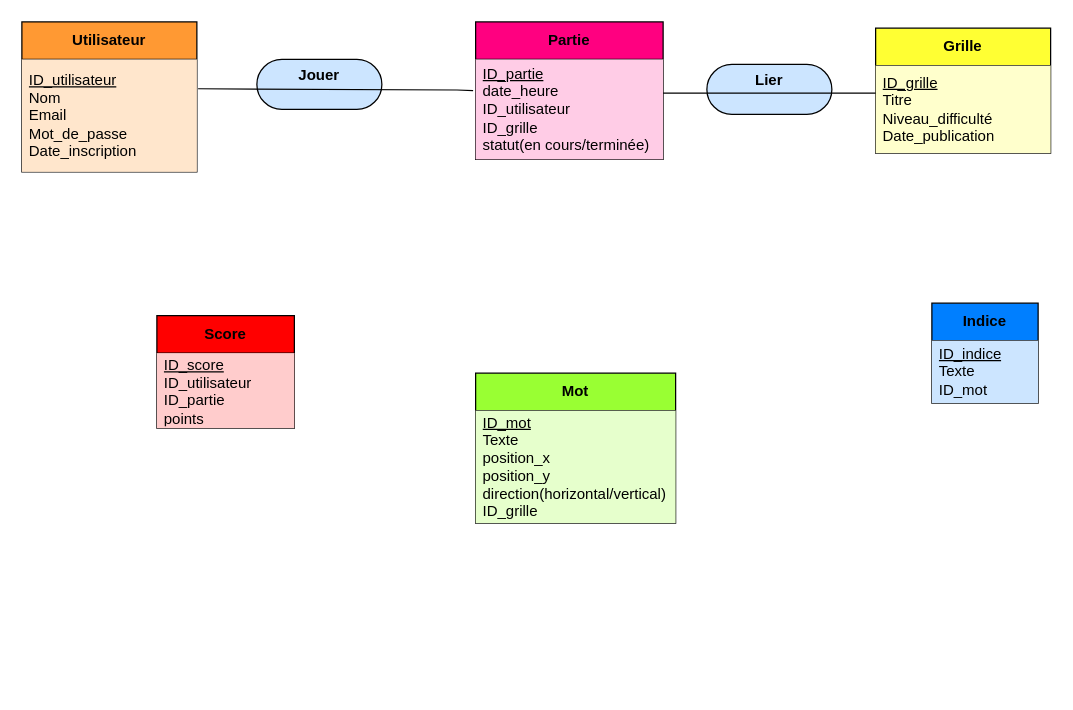
Above: Modele_conceptuel_données.drawio in Kimii01/Mot-crois-e-apk (draw.io), before the change. Source tidied: cells renumbered, new cells numbered last; positions are measured from the earlier drawing's top-left corner, leaving out a move shared by most shapes. Both pictures are drawn from the tidied source at 125%, with x=0, y=0 at pixel (21, 21).
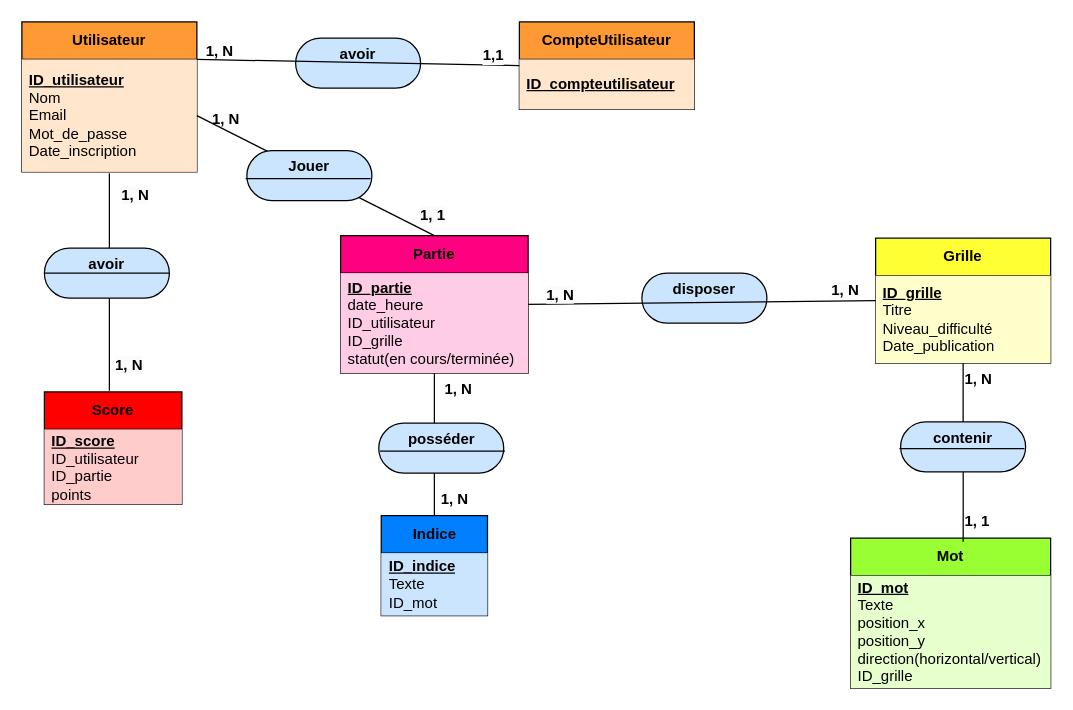
The same page after the edit.

Commit message:
Mettre à jour Modele_conceptuel_données.drawio

The change refers to these unchanged cells:
```xml
<mxCell id="2" value="&lt;b&gt;Utilisateur&lt;/b&gt;" style="swimlane;fontStyle=0;horizontal=1;startSize=30;whiteSpace=wrap;html=1;fillColor=#FF9933;" parent="1" vertex="1">
  <mxGeometry width="140" height="120" as="geometry" />
</mxCell>
```

What changed in the source:
```diff
@@
+    <mxCell id="16" value="&lt;div&gt;&lt;b&gt;disposer&lt;/b&gt;&lt;/div&gt;&lt;div&gt;&lt;b&gt;&lt;br&gt;&lt;/b&gt;&lt;/div&gt;" style="rounded=1;whiteSpace=wrap;html=1;arcSize=50;fillColor=#CCE5FF;" parent="1" vertex="1">
+      <mxGeometry x="496" y="201" width="100" height="40" as="geometry" />
+    </mxCell>
@@
-    <mxCell id="3" value="&lt;u&gt;ID_utilisateur&lt;/u&gt;&lt;div&gt;Nom&lt;div&gt;Email&lt;/div&gt;&lt;div&gt;Mot_de_passe&lt;/div&gt;&lt;div&gt;Date_inscription&lt;/div&gt;&lt;/div&gt;" style="text;strokeColor=none;fillColor=#FFE6CC;align=left;verticalAlign=middle;spacingLeft=4;spacingRight=4;overflow=hidden;points=[[0,0.5],[1,0.5]];portConstraint=eastwest;whiteSpace=wrap;html=1;" parent="2" vertex="1">
+    <mxCell id="3" value="&lt;u&gt;&lt;b&gt;ID_utilisateur&lt;/b&gt;&lt;/u&gt;&lt;div&gt;Nom&lt;div&gt;Email&lt;/div&gt;&lt;div&gt;Mot_de_passe&lt;/div&gt;&lt;div&gt;Date_inscription&lt;/div&gt;&lt;/div&gt;" style="text;strokeColor=none;fillColor=#FFE6CC;align=left;verticalAlign=middle;spacingLeft=4;spacingRight=4;overflow=hidden;points=[[0,0.5],[1,0.5]];portConstraint=eastwest;whiteSpace=wrap;html=1;" parent="2" vertex="1">
       <mxGeometry y="30" width="140" height="90" as="geometry" />
     </mxCell>
     <mxCell id="4" value="&lt;b&gt;Grille&lt;/b&gt;" style="swimlane;fontStyle=0;horizontal=1;startSize=30;whiteSpace=wrap;html=1;fillColor=#FFFF33;" parent="1" vertex="1">
-      <mxGeometry x="683" y="5" width="140" height="100" as="geometry" />
+      <mxGeometry x="683" y="173" width="140" height="100" as="geometry" />
     </mxCell>
-    <mxCell id="5" value="&lt;u&gt;ID_grille&lt;/u&gt;&lt;div&gt;Titre&lt;br&gt;&lt;div&gt;Niveau_difficulté&lt;/div&gt;&lt;div&gt;Date_publication&lt;/div&gt;&lt;/div&gt;" style="text;strokeColor=none;fillColor=#FFFFCC;align=left;verticalAlign=middle;spacingLeft=4;spacingRight=4;overflow=hidden;whiteSpace=wrap;html=1;" parent="4" vertex="1">
+    <mxCell id="5" value="&lt;u&gt;&lt;b&gt;ID_grille&lt;/b&gt;&lt;/u&gt;&lt;div&gt;Titre&lt;br&gt;&lt;div&gt;Niveau_difficulté&lt;/div&gt;&lt;div&gt;Date_publication&lt;/div&gt;&lt;/div&gt;" style="text;strokeColor=none;fillColor=#FFFFCC;align=left;verticalAlign=middle;spacingLeft=4;spacingRight=4;overflow=hidden;whiteSpace=wrap;html=1;" parent="4" vertex="1">
       <mxGeometry y="30" width="140" height="70" as="geometry" />
     </mxCell>
     <mxCell id="6" value="&lt;b&gt;Mot&lt;/b&gt;" style="swimlane;fontStyle=0;horizontal=1;startSize=30;whiteSpace=wrap;html=1;fillColor=#99FF33;" parent="1" vertex="1">
-      <mxGeometry x="363" y="281" width="160" height="120" as="geometry" />
+      <mxGeometry x="663" y="413" width="160" height="120" as="geometry" />
     </mxCell>
-    <mxCell id="7" value="&lt;u&gt;ID_mot&lt;/u&gt;&lt;div&gt;Texte&lt;div&gt;position_x&lt;/div&gt;&lt;div&gt;position_y&lt;/div&gt;&lt;div&gt;direction(horizontal/vertical)&lt;/div&gt;&lt;div&gt;ID_grille&lt;/div&gt;&lt;/div&gt;" style="text;strokeColor=none;fillColor=#E6FFCC;align=left;verticalAlign=middle;spacingLeft=4;spacingRight=4;overflow=hidden;whiteSpace=wrap;html=1;" parent="6" vertex="1">
+    <mxCell id="7" value="&lt;u&gt;&lt;b&gt;ID_mot&lt;/b&gt;&lt;/u&gt;&lt;div&gt;Texte&lt;div&gt;position_x&lt;/div&gt;&lt;div&gt;position_y&lt;/div&gt;&lt;div&gt;direction(horizontal/vertical)&lt;/div&gt;&lt;div&gt;ID_grille&lt;/div&gt;&lt;/div&gt;" style="text;strokeColor=none;fillColor=#E6FFCC;align=left;verticalAlign=middle;spacingLeft=4;spacingRight=4;overflow=hidden;whiteSpace=wrap;html=1;" parent="6" vertex="1">
       <mxGeometry y="30" width="160" height="90" as="geometry" />
     </mxCell>
     <mxCell id="8" value="&lt;b&gt;Indice&lt;/b&gt;" style="swimlane;fontStyle=0;horizontal=1;startSize=30;whiteSpace=wrap;html=1;fillColor=#007FFF;" parent="1" vertex="1">
-      <mxGeometry x="728" y="225" width="85" height="80" as="geometry" />
+      <mxGeometry x="287.5" y="395" width="85" height="80" as="geometry" />
     </mxCell>
-    <mxCell id="9" value="&lt;u&gt;ID_indice&lt;/u&gt;&lt;div&gt;Texte&lt;div&gt;ID_mot&lt;/div&gt;&lt;/div&gt;" style="text;strokeColor=none;fillColor=#CCE5FF;align=left;verticalAlign=middle;spacingLeft=4;spacingRight=4;overflow=hidden;whiteSpace=wrap;html=1;" parent="8" vertex="1">
+    <mxCell id="9" value="&lt;u&gt;&lt;b&gt;ID_indice&lt;/b&gt;&lt;/u&gt;&lt;div&gt;Texte&lt;div&gt;ID_mot&lt;/div&gt;&lt;/div&gt;" style="text;strokeColor=none;fillColor=#CCE5FF;align=left;verticalAlign=middle;spacingLeft=4;spacingRight=4;overflow=hidden;whiteSpace=wrap;html=1;" parent="8" vertex="1">
       <mxGeometry y="30" width="85" height="50" as="geometry" />
     </mxCell>
     <mxCell id="10" value="&lt;b&gt;Partie&lt;/b&gt;" style="swimlane;fontStyle=0;horizontal=1;startSize=30;whiteSpace=wrap;html=1;fillColor=#FF0080;" parent="1" vertex="1">
-      <mxGeometry x="363" width="150" height="110" as="geometry" />
+      <mxGeometry x="255" y="171" width="150" height="110" as="geometry" />
     </mxCell>
-    <mxCell id="11" value="&lt;u&gt;ID_partie&lt;/u&gt;&lt;div&gt;date_heure&lt;div&gt;ID_utilisateur&lt;/div&gt;&lt;div&gt;ID_grille&lt;/div&gt;&lt;div&gt;statut(en cours/terminée)&lt;/div&gt;&lt;/div&gt;" style="text;strokeColor=none;fillColor=#FFCCE6;align=left;verticalAlign=middle;spacingLeft=4;spacingRight=4;overflow=hidden;whiteSpace=wrap;html=1;" parent="10" vertex="1">
+    <mxCell id="11" value="&lt;u&gt;&lt;b&gt;ID_partie&lt;/b&gt;&lt;/u&gt;&lt;div&gt;date_heure&lt;div&gt;ID_utilisateur&lt;/div&gt;&lt;div&gt;ID_grille&lt;/div&gt;&lt;div&gt;statut(en cours/terminée)&lt;/div&gt;&lt;/div&gt;" style="text;strokeColor=none;fillColor=#FFCCE6;align=left;verticalAlign=middle;spacingLeft=4;spacingRight=4;overflow=hidden;whiteSpace=wrap;html=1;" parent="10" vertex="1">
       <mxGeometry y="30" width="150" height="80" as="geometry" />
     </mxCell>
     <mxCell id="12" value="&lt;b&gt;Score&lt;/b&gt;" style="swimlane;fontStyle=0;horizontal=1;startSize=30;whiteSpace=wrap;html=1;fillColor=#FF0000;" parent="1" vertex="1">
-      <mxGeometry x="108" y="235" width="110" height="90" as="geometry" />
+      <mxGeometry x="18" y="296" width="110" height="90" as="geometry" />
     </mxCell>
-    <mxCell id="13" value="&lt;u&gt;ID_score&lt;/u&gt;&lt;div&gt;ID_utilisateur&lt;div&gt;ID_partie&lt;/div&gt;&lt;div&gt;points&lt;/div&gt;&lt;/div&gt;" style="text;strokeColor=none;fillColor=#FFCCCC;align=left;verticalAlign=middle;spacingLeft=4;spacingRight=4;overflow=hidden;whiteSpace=wrap;html=1;" parent="12" vertex="1">
+    <mxCell id="13" value="&lt;u&gt;&lt;b&gt;ID_score&lt;/b&gt;&lt;/u&gt;&lt;div&gt;ID_utilisateur&lt;div&gt;ID_partie&lt;/div&gt;&lt;div&gt;points&lt;/div&gt;&lt;/div&gt;" style="text;strokeColor=none;fillColor=#FFCCCC;align=left;verticalAlign=middle;spacingLeft=4;spacingRight=4;overflow=hidden;whiteSpace=wrap;html=1;" parent="12" vertex="1">
       <mxGeometry y="30" width="110" height="60" as="geometry" />
     </mxCell>
+    <mxCell id="17" style="endArrow=none;html=1;rounded=0;exitX=1;exitY=0.5;exitDx=0;exitDy=0;entryX=0;entryY=0.5;entryDx=0;entryDy=0;" parent="1" edge="1" source="10" target="4">
+      <mxGeometry relative="1" as="geometry" />
+    </mxCell>
+    <mxCell id="18" value="&lt;b&gt;CompteUtilisateur&lt;/b&gt;" style="swimlane;fontStyle=0;horizontal=1;startSize=30;whiteSpace=wrap;html=1;fillColor=#FF9933;" parent="1" vertex="1">
+      <mxGeometry x="398" width="140" height="70" as="geometry" />
+    </mxCell>
+    <mxCell id="19" value="&lt;u&gt;&lt;b&gt;ID_compteutilisateur&lt;/b&gt;&lt;/u&gt;" style="text;strokeColor=none;fillColor=#FFE6CC;align=left;verticalAlign=middle;spacingLeft=4;spacingRight=4;overflow=hidden;whiteSpace=wrap;html=1;" parent="18" vertex="1">
+      <mxGeometry y="30" width="140" height="40" as="geometry" />
+    </mxCell>
+    <mxCell id="20" style="endArrow=none;html=1;rounded=0;entryX=0.5;entryY=1;entryDx=0;entryDy=0;" parent="1" edge="1">
+      <mxGeometry relative="1" as="geometry">
+        <mxPoint x="70" y="295" as="sourcePoint" />
+        <mxPoint x="70" y="121" as="targetPoint" />
+      </mxGeometry>
+    </mxCell>
+    <mxCell id="21" style="endArrow=none;html=1;rounded=0;entryX=0.5;entryY=1;entryDx=0;entryDy=0;exitX=0.563;exitY=0.025;exitDx=0;exitDy=0;exitPerimeter=0;" parent="1" edge="1" source="6" target="4">
+      <mxGeometry relative="1" as="geometry" />
+    </mxCell>
+    <mxCell id="22" value="&lt;b&gt;contenir&lt;/b&gt;&lt;div&gt;&lt;b&gt;&lt;br&gt;&lt;/b&gt;&lt;/div&gt;" style="rounded=1;whiteSpace=wrap;html=1;arcSize=50;fillColor=#CCE5FF;" parent="1" vertex="1">
+      <mxGeometry x="703" y="320" width="100" height="40" as="geometry" />
+    </mxCell>
+    <mxCell id="23" value="&lt;div&gt;&lt;b&gt;avoir&lt;/b&gt;&lt;/div&gt;&lt;div&gt;&lt;b&gt;&lt;br&gt;&lt;/b&gt;&lt;/div&gt;" style="rounded=1;whiteSpace=wrap;html=1;arcSize=50;fillColor=#CCE5FF;" parent="1" vertex="1">
+      <mxGeometry x="18" y="181" width="100" height="40" as="geometry" />
+    </mxCell>
+    <mxCell id="24" style="endArrow=none;html=1;rounded=0;entryX=0.5;entryY=1;entryDx=0;entryDy=0;exitX=0.5;exitY=0;exitDx=0;exitDy=0;" parent="1" edge="1" source="8" target="10">
+      <mxGeometry relative="1" as="geometry" />
+    </mxCell>
+    <mxCell id="25" style="endArrow=none;html=1;rounded=0;entryX=1;entryY=0.5;entryDx=0;entryDy=0;exitX=0.5;exitY=0;exitDx=0;exitDy=0;" parent="1" edge="1" source="10" target="3">
+      <mxGeometry relative="1" as="geometry" />
+    </mxCell>
-    <mxCell id="14" value="&lt;div&gt;&lt;b&gt;&lt;font style=&quot;font-size: 12px;&quot;&gt;&lt;br&gt;&lt;/font&gt;&lt;/b&gt;&lt;/div&gt;&lt;b&gt;&lt;font style=&quot;font-size: 12px;&quot;&gt;Jouer&lt;/font&gt;&lt;/b&gt;&lt;div&gt;&lt;b&gt;&lt;font style=&quot;font-size: 12px;&quot;&gt;&lt;br&gt;&lt;/font&gt;&lt;/b&gt;&lt;/div&gt;&lt;div&gt;&lt;b&gt;&lt;font style=&quot;font-size: 12px;&quot;&gt;&lt;br&gt;&lt;/font&gt;&lt;/b&gt;&lt;/div&gt;" style="rounded=1;whiteSpace=wrap;html=1;arcSize=50;fillColor=#CCE5FF;" parent="1" vertex="1">
-      <mxGeometry x="188" y="30" width="100" height="40" as="geometry" />
+    <mxCell id="14" value="&lt;div&gt;&lt;b&gt;&lt;font style=&quot;font-size: 12px;&quot;&gt;&lt;br&gt;&lt;/font&gt;&lt;/b&gt;&lt;/div&gt;&lt;b&gt;&lt;font style=&quot;font-size: 12px;&quot;&gt;&lt;div&gt;&lt;b&gt;&lt;font style=&quot;font-size: 12px;&quot;&gt;&lt;br&gt;&lt;/font&gt;&lt;/b&gt;&lt;/div&gt;Jouer&lt;/font&gt;&lt;/b&gt;&lt;div&gt;&lt;b&gt;&lt;br&gt;&lt;/b&gt;&lt;div&gt;&lt;b&gt;&lt;font style=&quot;font-size: 12px;&quot;&gt;&lt;br&gt;&lt;/font&gt;&lt;/b&gt;&lt;/div&gt;&lt;div&gt;&lt;b&gt;&lt;font style=&quot;font-size: 12px;&quot;&gt;&lt;br&gt;&lt;/font&gt;&lt;/b&gt;&lt;/div&gt;&lt;/div&gt;" style="rounded=1;whiteSpace=wrap;html=1;arcSize=50;fillColor=#CCE5FF;" parent="1" vertex="1">
+      <mxGeometry x="180" y="103" width="100" height="40" as="geometry" />
     </mxCell>
-    <mxCell id="15" style="endArrow=none;html=1;rounded=0;exitX=1.021;exitY=0.433;exitDx=0;exitDy=0;exitPerimeter=0;" parent="1" edge="1">
-      <mxGeometry relative="1" as="geometry">
-        <mxPoint x="141" y="53.5" as="sourcePoint" />
-        <mxPoint x="361" y="55" as="targetPoint" />
-        <Array as="points">
-          <mxPoint x="348.1" y="54.5" />
-        </Array>
-      </mxGeometry>
-    </mxCell>
-    <mxCell id="16" value="&lt;b&gt;Lier&lt;/b&gt;&lt;div&gt;&lt;b&gt;&lt;br&gt;&lt;/b&gt;&lt;/div&gt;" style="rounded=1;whiteSpace=wrap;html=1;arcSize=50;fillColor=#CCE5FF;" parent="1" vertex="1">
-      <mxGeometry x="548" y="34" width="100" height="40" as="geometry" />
-    </mxCell>
-    <mxCell id="17" style="endArrow=none;html=1;rounded=0;exitX=1;exitY=0.5;exitDx=0;exitDy=0;entryX=0;entryY=0.5;entryDx=0;entryDy=0;" parent="1" edge="1">
-      <mxGeometry relative="1" as="geometry">
-        <mxPoint x="513" y="57" as="sourcePoint" />
-        <mxPoint x="683" y="57" as="targetPoint" />
-      </mxGeometry>
-    </mxCell>
+    <mxCell id="26" value="&lt;div&gt;&lt;b&gt;avoir&lt;/b&gt;&lt;/div&gt;&lt;div&gt;&lt;b&gt;&lt;br&gt;&lt;/b&gt;&lt;/div&gt;" style="rounded=1;whiteSpace=wrap;html=1;arcSize=50;fillColor=#CCE5FF;" parent="1" vertex="1">
+      <mxGeometry x="219" y="13" width="100" height="40" as="geometry" />
+    </mxCell>
+    <mxCell id="27" style="endArrow=none;html=1;rounded=0;entryX=0;entryY=0.5;entryDx=0;entryDy=0;exitX=1;exitY=0.25;exitDx=0;exitDy=0;" parent="1" edge="1" source="2" target="18">
+      <mxGeometry relative="1" as="geometry" />
+    </mxCell>
+    <mxCell id="28" value="&lt;b&gt;&lt;font style=&quot;font-size: 12px;&quot;&gt;1,1&lt;/font&gt;&lt;/b&gt;" style="edgeLabel;html=1;align=center;verticalAlign=middle;" parent="27" vertex="1">
+      <mxGeometry x="0.84" y="2" relative="1" as="geometry">
+        <mxPoint y="-6" as="offset" />
+      </mxGeometry>
+    </mxCell>
+    <mxCell id="29" style="endArrow=none;html=1;rounded=0;entryX=1;entryY=0.5;entryDx=0;entryDy=0;exitX=0;exitY=0.5;exitDx=0;exitDy=0;" parent="1" edge="1" source="23" target="23">
+      <mxGeometry relative="1" as="geometry" />
+    </mxCell>
+    <mxCell id="30" style="endArrow=none;html=1;rounded=0;entryX=1;entryY=0.5;entryDx=0;entryDy=0;exitX=0;exitY=0.5;exitDx=0;exitDy=0;" parent="1" edge="1">
+      <mxGeometry relative="1" as="geometry">
+        <mxPoint x="702" y="341.3" as="sourcePoint" />
+        <mxPoint x="802" y="341.3" as="targetPoint" />
+      </mxGeometry>
+    </mxCell>
+    <mxCell id="31" style="endArrow=none;html=1;rounded=0;entryX=1;entryY=0.5;entryDx=0;entryDy=0;exitX=0;exitY=0.5;exitDx=0;exitDy=0;" parent="1" edge="1">
+      <mxGeometry relative="1" as="geometry">
+        <mxPoint x="179" y="125.3" as="sourcePoint" />
+        <mxPoint x="279" y="125.3" as="targetPoint" />
+      </mxGeometry>
+    </mxCell>
+    <mxCell id="32" value="&lt;b&gt;1, N&lt;/b&gt;" style="text;html=1;align=center;verticalAlign=middle;strokeColor=none;fillColor=none;" parent="1" vertex="1">
+      <mxGeometry x="133" y="9" width="50" height="30" as="geometry" />
+    </mxCell>
+    <mxCell id="33" value="&lt;b&gt;1, N&lt;/b&gt;" style="text;html=1;align=center;verticalAlign=middle;strokeColor=none;fillColor=none;" parent="1" vertex="1">
+      <mxGeometry x="138" y="63" width="50" height="30" as="geometry" />
+    </mxCell>
+    <mxCell id="34" value="&lt;b&gt;1, N&lt;/b&gt;" style="text;html=1;align=center;verticalAlign=middle;strokeColor=none;fillColor=none;" parent="1" vertex="1">
+      <mxGeometry x="740" y="271" width="50" height="30" as="geometry" />
+    </mxCell>
+    <mxCell id="35" value="&lt;b&gt;1, 1&lt;/b&gt;" style="text;html=1;align=center;verticalAlign=middle;strokeColor=none;fillColor=none;" parent="1" vertex="1">
+      <mxGeometry x="744" y="385" width="40" height="30" as="geometry" />
+    </mxCell>
+    <mxCell id="36" value="&lt;b style=&quot;forced-color-adjust: none; color: rgb(0, 0, 0); font-family: Helvetica; font-size: 12px; font-style: normal; font-variant-ligatures: normal; font-variant-caps: normal; letter-spacing: normal; orphans: 2; text-align: center; text-indent: 0px; text-transform: none; widows: 2; word-spacing: 0px; -webkit-text-stroke-width: 0px; white-space: nowrap; background-color: rgb(251, 251, 251); text-decoration-thickness: initial; text-decoration-style: initial; text-decoration-color: initial;&quot;&gt;1, N&lt;/b&gt;" style="text;whiteSpace=wrap;html=1;" parent="1" vertex="1">
+      <mxGeometry x="418" y="205" width="60" height="40" as="geometry" />
+    </mxCell>
+    <mxCell id="37" value="&lt;b style=&quot;forced-color-adjust: none; color: rgb(0, 0, 0); font-family: Helvetica; font-size: 12px; font-style: normal; font-variant-ligatures: normal; font-variant-caps: normal; letter-spacing: normal; orphans: 2; text-align: center; text-indent: 0px; text-transform: none; widows: 2; word-spacing: 0px; -webkit-text-stroke-width: 0px; white-space: nowrap; background-color: rgb(251, 251, 251); text-decoration-thickness: initial; text-decoration-style: initial; text-decoration-color: initial;&quot;&gt;1, N&lt;/b&gt;" style="text;whiteSpace=wrap;html=1;" parent="1" vertex="1">
+      <mxGeometry x="646" y="201" width="60" height="40" as="geometry" />
+    </mxCell>
+    <mxCell id="38" value="&lt;b style=&quot;forced-color-adjust: none; color: rgb(0, 0, 0); font-family: Helvetica; font-size: 12px; font-style: normal; font-variant-ligatures: normal; font-variant-caps: normal; letter-spacing: normal; orphans: 2; text-align: center; text-indent: 0px; text-transform: none; widows: 2; word-spacing: 0px; -webkit-text-stroke-width: 0px; white-space: nowrap; background-color: rgb(251, 251, 251); text-decoration-thickness: initial; text-decoration-style: initial; text-decoration-color: initial;&quot;&gt;1, 1&lt;/b&gt;" style="text;whiteSpace=wrap;html=1;" parent="1" vertex="1">
+      <mxGeometry x="317" y="141" width="50" height="40" as="geometry" />
+    </mxCell>
+    <mxCell id="39" value="&lt;b style=&quot;forced-color-adjust: none; color: rgb(0, 0, 0); font-family: Helvetica; font-size: 12px; font-style: normal; font-variant-ligatures: normal; font-variant-caps: normal; letter-spacing: normal; orphans: 2; text-align: center; text-indent: 0px; text-transform: none; widows: 2; word-spacing: 0px; -webkit-text-stroke-width: 0px; white-space: nowrap; background-color: rgb(251, 251, 251); text-decoration-thickness: initial; text-decoration-style: initial; text-decoration-color: initial;&quot;&gt;1, N&lt;/b&gt;" style="text;whiteSpace=wrap;html=1;" parent="1" vertex="1">
+      <mxGeometry x="78" y="125" width="60" height="40" as="geometry" />
+    </mxCell>
+    <mxCell id="40" value="&lt;b style=&quot;forced-color-adjust: none; color: rgb(0, 0, 0); font-family: Helvetica; font-size: 12px; font-style: normal; font-variant-ligatures: normal; font-variant-caps: normal; letter-spacing: normal; orphans: 2; text-align: center; text-indent: 0px; text-transform: none; widows: 2; word-spacing: 0px; -webkit-text-stroke-width: 0px; white-space: nowrap; background-color: rgb(251, 251, 251); text-decoration-thickness: initial; text-decoration-style: initial; text-decoration-color: initial;&quot;&gt;1, N&lt;/b&gt;" style="text;whiteSpace=wrap;html=1;" parent="1" vertex="1">
+      <mxGeometry x="73" y="261" width="60" height="40" as="geometry" />
+    </mxCell>
+    <mxCell id="41" value="&lt;b&gt;posséder&lt;/b&gt;&lt;div&gt;&lt;b&gt;&lt;br&gt;&lt;/b&gt;&lt;/div&gt;" style="rounded=1;whiteSpace=wrap;html=1;arcSize=50;fillColor=#CCE5FF;" parent="1" vertex="1">
+      <mxGeometry x="285.5" y="321" width="100" height="40" as="geometry" />
+    </mxCell>
+    <mxCell id="42" style="endArrow=none;html=1;rounded=0;entryX=1;entryY=0.5;entryDx=0;entryDy=0;exitX=0;exitY=0.5;exitDx=0;exitDy=0;" parent="1" edge="1">
+      <mxGeometry relative="1" as="geometry">
+        <mxPoint x="286.5" y="343.3" as="sourcePoint" />
+        <mxPoint x="386.5" y="343.3" as="targetPoint" />
+      </mxGeometry>
+    </mxCell>
+    <mxCell id="43" value="&lt;b&gt;1, N&lt;/b&gt;" style="text;html=1;align=center;verticalAlign=middle;strokeColor=none;fillColor=none;" parent="1" vertex="1">
+      <mxGeometry x="323.5" y="279" width="50" height="30" as="geometry" />
+    </mxCell>
+    <mxCell id="44" value="&lt;b&gt;1, N&lt;/b&gt;" style="text;html=1;align=center;verticalAlign=middle;strokeColor=none;fillColor=none;" parent="1" vertex="1">
+      <mxGeometry x="320.5" y="367" width="50" height="30" as="geometry" />
+    </mxCell>
```
